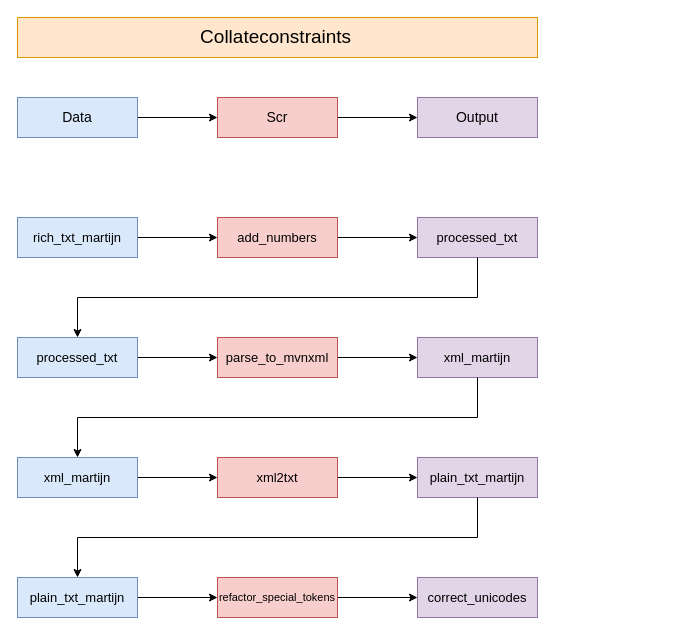
SofieMoors/collateconstraints keeps this draw.io diagram as Untitled Diagram.drawio. Above is the earlier version. Source tidied: cells renumbered, new cells numbered last; positions are measured from the earlier drawing's top-left corner, leaving out a move shared by most shapes. Both pictures are drawn from the tidied source at 100%, with x=0, y=0 at pixel (17, 17).
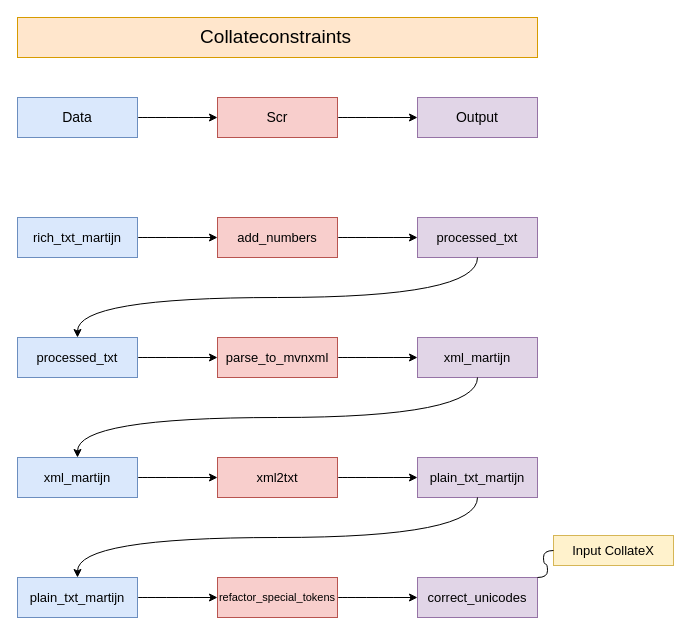
The same diagram, later.

Unchanged cells that the change refers to:
```xml
<mxCell id="3" value="Data" style="rounded=0;whiteSpace=wrap;html=1;fontSize=14;glass=0;strokeWidth=1;shadow=0;fillColor=#dae8fc;strokeColor=#6c8ebf;gradientColor=none;" parent="1" vertex="1">
  <mxGeometry y="80" width="120" height="40" as="geometry" />
</mxCell>
<mxCell id="5" value="add_numbers" style="rounded=0;whiteSpace=wrap;html=1;fontSize=13;glass=0;strokeWidth=1;shadow=0;fillColor=#f8cecc;strokeColor=#b85450;" parent="1" vertex="1">
  <mxGeometry x="200" y="200" width="120" height="40" as="geometry" />
</mxCell>
<mxCell id="7" value="xml_martijn" style="rounded=0;whiteSpace=wrap;html=1;fontSize=13;glass=0;strokeWidth=1;shadow=0;fillColor=#dae8fc;strokeColor=#6c8ebf;" parent="1" vertex="1">
  <mxGeometry y="440" width="120" height="40" as="geometry" />
</mxCell>
<mxCell id="9" value="parse_to_mvnxml" style="rounded=0;whiteSpace=wrap;html=1;fontSize=13;glass=0;strokeWidth=1;shadow=0;fillColor=#f8cecc;strokeColor=#b85450;" parent="1" vertex="1">
  <mxGeometry x="200" y="320" width="120" height="40" as="geometry" />
</mxCell>
<mxCell id="11" value="Scr" style="whiteSpace=wrap;html=1;rounded=0;glass=0;strokeWidth=1;shadow=0;fillColor=#f8cecc;strokeColor=#b85450;fontSize=14;" parent="1" vertex="1">
  <mxGeometry x="200" y="80" width="120" height="40" as="geometry" />
</mxCell>
<mxCell id="12" value="Output" style="whiteSpace=wrap;html=1;rounded=0;glass=0;strokeWidth=1;shadow=0;fillColor=#e1d5e7;strokeColor=#9673a6;fontSize=14;" parent="1" vertex="1">
  <mxGeometry x="400" y="80" width="120" height="40" as="geometry" />
</mxCell>
<mxCell id="14" value="rich_txt_martijn" style="rounded=0;whiteSpace=wrap;html=1;fillColor=#dae8fc;strokeColor=#6c8ebf;fontSize=13;" parent="1" vertex="1">
  <mxGeometry y="200" width="120" height="40" as="geometry" />
</mxCell>
<mxCell id="15" value="processed_txt" style="whiteSpace=wrap;html=1;fillColor=#e1d5e7;strokeColor=#9673a6;rounded=0;glass=0;strokeWidth=1;shadow=0;fontSize=13;" parent="1" vertex="1">
  <mxGeometry x="400" y="200" width="120" height="40" as="geometry" />
</mxCell>
<mxCell id="17" value="processed_txt" style="rounded=0;whiteSpace=wrap;html=1;fillColor=#dae8fc;strokeColor=#6c8ebf;fontSize=13;" parent="1" vertex="1">
  <mxGeometry y="320" width="120" height="40" as="geometry" />
</mxCell>
<mxCell id="18" value="xml_martijn" style="whiteSpace=wrap;html=1;rounded=0;glass=0;strokeWidth=1;shadow=0;fillColor=#e1d5e7;strokeColor=#9673a6;fontSize=13;" parent="1" vertex="1">
  <mxGeometry x="400" y="320" width="120" height="40" as="geometry" />
</mxCell>
<mxCell id="20" value="xml2txt" style="whiteSpace=wrap;html=1;fillColor=#f8cecc;strokeColor=#b85450;rounded=0;glass=0;strokeWidth=1;shadow=0;fontSize=13;" parent="1" vertex="1">
  <mxGeometry x="200" y="440" width="120" height="40" as="geometry" />
</mxCell>
<mxCell id="21" value="plain_txt_martijn" style="whiteSpace=wrap;html=1;fillColor=#e1d5e7;strokeColor=#9673a6;rounded=0;glass=0;strokeWidth=1;shadow=0;fontSize=13;" parent="1" vertex="1">
  <mxGeometry x="400" y="440" width="120" height="40" as="geometry" />
</mxCell>
<mxCell id="23" value="plain_txt_martijn" style="rounded=0;whiteSpace=wrap;html=1;fillColor=#dae8fc;strokeColor=#6c8ebf;fontSize=13;" parent="1" vertex="1">
  <mxGeometry y="560" width="120" height="40" as="geometry" />
</mxCell>
<mxCell id="25" value="refactor_special_tokens" style="whiteSpace=wrap;html=1;rounded=0;fillColor=#f8cecc;strokeColor=#b85450;fontSize=11;" parent="1" vertex="1">
  <mxGeometry x="200" y="560" width="120" height="40" as="geometry" />
</mxCell>
<mxCell id="26" value="correct_unicodes" style="whiteSpace=wrap;html=1;rounded=0;fillColor=#e1d5e7;strokeColor=#9673a6;fontSize=13;" parent="1" vertex="1">
  <mxGeometry x="400" y="560" width="120" height="40" as="geometry" />
</mxCell>
```

The edit, as a diff of the source:
```diff
@@
-    <mxCell id="2" style="edgeStyle=orthogonalEdgeStyle;rounded=0;jettySize=auto;html=1;" parent="1" edge="1" source="3" target="11">
+    <mxCell id="2" style="edgeStyle=orthogonalEdgeStyle;rounded=0;jettySize=auto;html=1;curved=1;" parent="1" edge="1" source="3" target="11">
       <mxGeometry relative="1" as="geometry" />
     </mxCell>
@@
-    <mxCell id="4" style="edgeStyle=orthogonalEdgeStyle;rounded=0;jettySize=auto;html=1;" parent="1" edge="1" source="5" target="15">
+    <mxCell id="4" style="edgeStyle=orthogonalEdgeStyle;rounded=0;jettySize=auto;html=1;curved=1;" parent="1" edge="1" source="5" target="15">
       <mxGeometry relative="1" as="geometry" />
     </mxCell>
@@
-    <mxCell id="6" style="edgeStyle=orthogonalEdgeStyle;rounded=0;jettySize=auto;html=1;strokeColor=#000000;" parent="1" edge="1" source="7" target="20">
+    <mxCell id="6" style="edgeStyle=orthogonalEdgeStyle;rounded=0;jettySize=auto;html=1;strokeColor=#000000;curved=1;" parent="1" edge="1" source="7" target="20">
       <mxGeometry relative="1" as="geometry" />
     </mxCell>
@@
-    <mxCell id="8" style="edgeStyle=orthogonalEdgeStyle;rounded=0;jettySize=auto;html=1;strokeColor=#000000;" parent="1" edge="1" source="9" target="18">
+    <mxCell id="8" style="edgeStyle=orthogonalEdgeStyle;rounded=0;jettySize=auto;html=1;strokeColor=#000000;curved=1;" parent="1" edge="1" source="9" target="18">
       <mxGeometry relative="1" as="geometry" />
     </mxCell>
@@
-    <mxCell id="10" style="edgeStyle=orthogonalEdgeStyle;rounded=0;jettySize=auto;html=1;" parent="1" edge="1" source="11" target="12">
+    <mxCell id="10" style="edgeStyle=orthogonalEdgeStyle;rounded=0;jettySize=auto;html=1;curved=1;" parent="1" edge="1" source="11" target="12">
       <mxGeometry relative="1" as="geometry" />
     </mxCell>
@@
-    <mxCell id="13" style="edgeStyle=orthogonalEdgeStyle;rounded=0;jettySize=auto;html=1;" parent="1" edge="1" source="14" target="5">
+    <mxCell id="13" style="edgeStyle=orthogonalEdgeStyle;rounded=0;jettySize=auto;html=1;curved=1;" parent="1" edge="1" source="14" target="5">
       <mxGeometry relative="1" as="geometry" />
     </mxCell>
@@
-    <mxCell id="16" style="edgeStyle=orthogonalEdgeStyle;rounded=0;jettySize=auto;html=1;strokeColor=#000000;" parent="1" edge="1" source="17" target="9">
+    <mxCell id="16" style="edgeStyle=orthogonalEdgeStyle;rounded=0;jettySize=auto;html=1;strokeColor=#000000;curved=1;" parent="1" edge="1" source="17" target="9">
       <mxGeometry relative="1" as="geometry" />
     </mxCell>
@@
-    <mxCell id="19" style="edgeStyle=orthogonalEdgeStyle;rounded=0;jettySize=auto;html=1;strokeColor=#000000;" parent="1" edge="1" source="20" target="21">
+    <mxCell id="19" style="edgeStyle=orthogonalEdgeStyle;rounded=0;jettySize=auto;html=1;strokeColor=#000000;curved=1;" parent="1" edge="1" source="20" target="21">
       <mxGeometry relative="1" as="geometry" />
     </mxCell>
@@
-    <mxCell id="22" style="edgeStyle=orthogonalEdgeStyle;rounded=0;jettySize=auto;html=1;strokeColor=#000000;" parent="1" edge="1" source="23" target="25">
+    <mxCell id="22" style="edgeStyle=orthogonalEdgeStyle;rounded=0;jettySize=auto;html=1;strokeColor=#000000;curved=1;" parent="1" edge="1" source="23" target="25">
       <mxGeometry relative="1" as="geometry" />
     </mxCell>
@@
-    <mxCell id="24" style="edgeStyle=orthogonalEdgeStyle;rounded=0;jettySize=auto;html=1;strokeColor=#000000;" parent="1" edge="1" source="25" target="26">
+    <mxCell id="24" style="edgeStyle=orthogonalEdgeStyle;rounded=0;jettySize=auto;html=1;strokeColor=#000000;curved=1;" parent="1" edge="1" source="25" target="26">
       <mxGeometry relative="1" as="geometry" />
     </mxCell>
@@
-    <mxCell id="27" style="edgeStyle=orthogonalEdgeStyle;rounded=0;orthogonalLoop=1;jettySize=auto;html=1;exitX=0.5;exitY=1;exitDx=0;exitDy=0;fontSize=10;strokeColor=#000000;" parent="1" edge="1" source="3" target="3">
+    <mxCell id="27" style="edgeStyle=orthogonalEdgeStyle;rounded=0;orthogonalLoop=1;jettySize=auto;html=1;exitX=0.5;exitY=1;exitDx=0;exitDy=0;fontSize=10;strokeColor=#000000;curved=1;" parent="1" edge="1" source="3" target="3">
       <mxGeometry relative="1" as="geometry" />
     </mxCell>
@@
-    <mxCell id="29" style="edgeStyle=orthogonalEdgeStyle;rounded=0;jettySize=auto;html=1;entryX=0.5;entryY=0;entryDx=0;entryDy=0;fontSize=19;strokeColor=#000000;" parent="1" edge="1" source="15">
+    <mxCell id="29" style="edgeStyle=orthogonalEdgeStyle;rounded=0;jettySize=auto;html=1;entryX=0.5;entryY=0;entryDx=0;entryDy=0;fontSize=19;strokeColor=#000000;curved=1;" parent="1" edge="1" source="15">
       <mxGeometry relative="1" as="geometry">
         <mxPoint x="60" y="320" as="targetPoint" />
         <Array as="points">
           <mxPoint x="460" y="280" />
           <mxPoint x="60" y="280" />
         </Array>
       </mxGeometry>
     </mxCell>
-    <mxCell id="30" style="edgeStyle=orthogonalEdgeStyle;rounded=0;jettySize=auto;html=1;exitX=0.5;exitY=1;exitDx=0;exitDy=0;entryX=0.5;entryY=0;entryDx=0;entryDy=0;fontSize=19;strokeColor=#000000;" parent="1" edge="1" source="18">
+    <mxCell id="30" style="edgeStyle=orthogonalEdgeStyle;rounded=0;jettySize=auto;html=1;exitX=0.5;exitY=1;exitDx=0;exitDy=0;entryX=0.5;entryY=0;entryDx=0;entryDy=0;fontSize=19;strokeColor=#000000;curved=1;" parent="1" edge="1" source="18">
       <mxGeometry relative="1" as="geometry">
         <mxPoint x="60" y="440" as="targetPoint" />
         <Array as="points">
           <mxPoint x="460" y="400" />
           <mxPoint x="60" y="400" />
         </Array>
       </mxGeometry>
     </mxCell>
-    <mxCell id="31" style="edgeStyle=orthogonalEdgeStyle;rounded=0;jettySize=auto;html=1;exitX=0.5;exitY=1;exitDx=0;exitDy=0;entryX=0.5;entryY=0;entryDx=0;entryDy=0;fontSize=19;strokeColor=#000000;" parent="1" edge="1" target="23">
+    <mxCell id="31" style="edgeStyle=orthogonalEdgeStyle;rounded=0;jettySize=auto;html=1;exitX=0.5;exitY=1;exitDx=0;exitDy=0;entryX=0.5;entryY=0;entryDx=0;entryDy=0;fontSize=19;strokeColor=#000000;curved=1;" parent="1" edge="1" target="23">
       <mxGeometry relative="1" as="geometry">
         <mxPoint x="460" y="480" as="sourcePoint" />
         <Array as="points">
           <mxPoint x="460" y="520" />
           <mxPoint x="60" y="520" />
         </Array>
       </mxGeometry>
     </mxCell>
+    <mxCell id="32" value="Input CollateX" style="whiteSpace=wrap;html=1;rounded=0;arcSize=50;align=center;verticalAlign=middle;strokeWidth=1;spacing=4;newEdgeStyle={&quot;edgeStyle&quot;:&quot;entityRelationEdgeStyle&quot;,&quot;startArrow&quot;:&quot;none&quot;,&quot;endArrow&quot;:&quot;none&quot;,&quot;segment&quot;:10,&quot;curved&quot;:1};fontSize=13;fillColor=#fff2cc;strokeColor=#d6b656;" parent="1" vertex="1">
+      <mxGeometry x="536" y="518" width="120" height="30" as="geometry" />
+    </mxCell>
+    <mxCell id="33" style="edgeStyle=entityRelationEdgeStyle;startArrow=none;endArrow=none;segment=10;curved=1;rounded=0;fontSize=13;strokeColor=#000000;" parent="1" edge="1" target="32">
+      <mxGeometry relative="1" as="geometry">
+        <mxPoint x="520" y="560" as="sourcePoint" />
+      </mxGeometry>
+    </mxCell>
```
